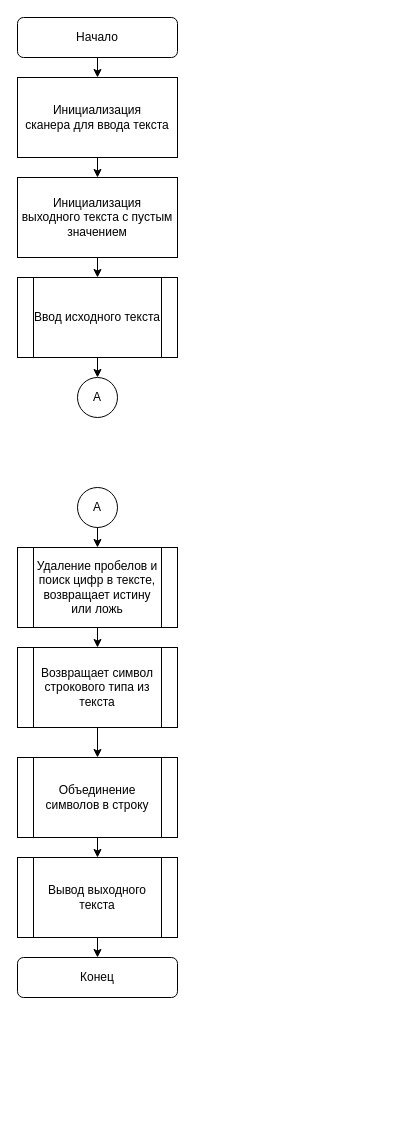
This is second.drawio from Bagdasaryan/Bagdasaryan, a draw.io file, before an edit. Source tidied: cells renumbered, new cells numbered last; positions are measured from the earlier drawing's top-left corner, leaving out a move shared by most shapes. Both pictures are drawn from the tidied source at 100%, with x=0, y=0 at pixel (17, 17).
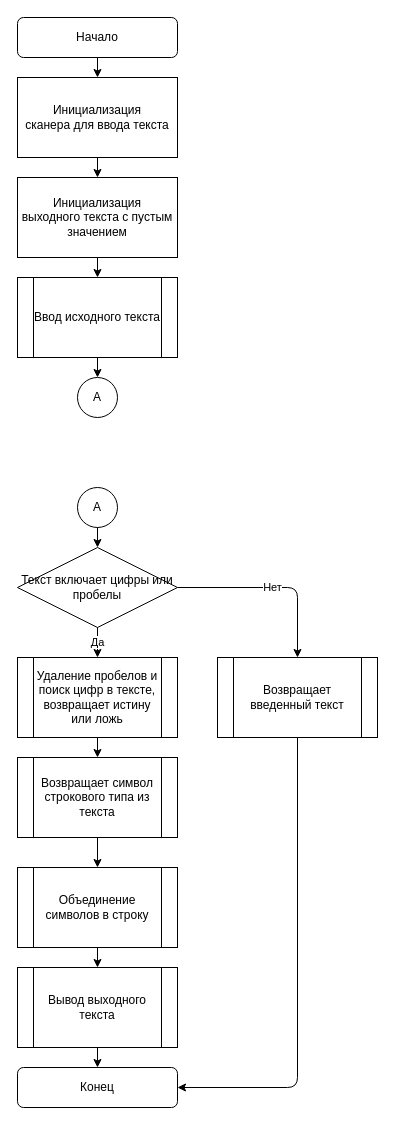
Above is the later version.

The change refers to these unchanged cells:
```xml
<mxCell id="20" value="A" style="ellipse;whiteSpace=wrap;html=1;" parent="1" vertex="1">
  <mxGeometry x="60" y="470" width="40" height="40" as="geometry" />
</mxCell>
```

What changed in the source:
```diff
@@
     <mxCell id="10" value="Удаление пробелов и поиск цифр в тексте, возвращает истину или ложь" style="shape=process;whiteSpace=wrap;html=1;backgroundOutline=1;" parent="1" vertex="1">
-      <mxGeometry y="530" width="160" height="80" as="geometry" />
+      <mxGeometry y="640" width="160" height="80" as="geometry" />
     </mxCell>
     <mxCell id="11" value="Возвращает символ строкового типа из текста" style="shape=process;whiteSpace=wrap;html=1;backgroundOutline=1;" parent="1" vertex="1">
-      <mxGeometry y="630" width="160" height="80" as="geometry" />
+      <mxGeometry y="740" width="160" height="80" as="geometry" />
     </mxCell>
@@
     <mxCell id="13" value="Объединение символов в строку" style="shape=process;whiteSpace=wrap;html=1;backgroundOutline=1;" parent="1" vertex="1">
-      <mxGeometry y="740" width="160" height="80" as="geometry" />
+      <mxGeometry y="850" width="160" height="80" as="geometry" />
     </mxCell>
@@
     <mxCell id="15" value="Конец" style="rounded=1;whiteSpace=wrap;html=1;" parent="1" vertex="1">
-      <mxGeometry y="940" width="160" height="40" as="geometry" />
+      <mxGeometry y="1050" width="160" height="40" as="geometry" />
     </mxCell>
@@
     <mxCell id="17" value="Вывод выходного текста" style="shape=process;whiteSpace=wrap;html=1;backgroundOutline=1;" parent="1" vertex="1">
-      <mxGeometry y="840" width="160" height="80" as="geometry" />
+      <mxGeometry y="950" width="160" height="80" as="geometry" />
     </mxCell>
@@
-    <mxCell id="21" style="endArrow=classic;html=1;exitX=0.5;exitY=1;exitDx=0;exitDy=0;entryX=0.5;entryY=0;entryDx=0;entryDy=0;" parent="1" edge="1" source="20" target="10">
+    <mxCell id="21" style="endArrow=classic;html=1;exitX=0.5;exitY=1;exitDx=0;exitDy=0;" parent="1" edge="1" source="20" target="22">
       <mxGeometry relative="1" as="geometry" />
     </mxCell>
+    <mxCell id="22" value="Текст включает цифры или пробелы" style="rhombus;whiteSpace=wrap;html=1;" parent="1" vertex="1">
+      <mxGeometry y="530" width="160" height="80" as="geometry" />
+    </mxCell>
+    <mxCell id="23" value="Да" style="endArrow=classic;html=1;exitX=0.5;exitY=1;exitDx=0;exitDy=0;entryX=0.5;entryY=0;entryDx=0;entryDy=0;" parent="1" edge="1" source="22" target="10">
+      <mxGeometry relative="1" as="geometry" />
+    </mxCell>
+    <mxCell id="24" value="Нет" style="endArrow=classic;html=1;exitX=1;exitY=0.5;exitDx=0;exitDy=0;entryX=0.5;entryY=0;entryDx=0;entryDy=0;" parent="1" edge="1" source="22" target="25">
+      <mxGeometry relative="1" as="geometry">
+        <Array as="points">
+          <mxPoint x="280" y="570" />
+        </Array>
+      </mxGeometry>
+    </mxCell>
+    <mxCell id="25" value="Возвращает введенный текст" style="shape=process;whiteSpace=wrap;html=1;backgroundOutline=1;" parent="1" vertex="1">
+      <mxGeometry x="200" y="640" width="160" height="80" as="geometry" />
+    </mxCell>
+    <mxCell id="26" style="endArrow=classic;html=1;exitX=0.5;exitY=1;exitDx=0;exitDy=0;entryX=1;entryY=0.5;entryDx=0;entryDy=0;" parent="1" edge="1" source="25" target="15">
+      <mxGeometry relative="1" as="geometry">
+        <Array as="points">
+          <mxPoint x="280" y="1070" />
+        </Array>
+      </mxGeometry>
+    </mxCell>
```
